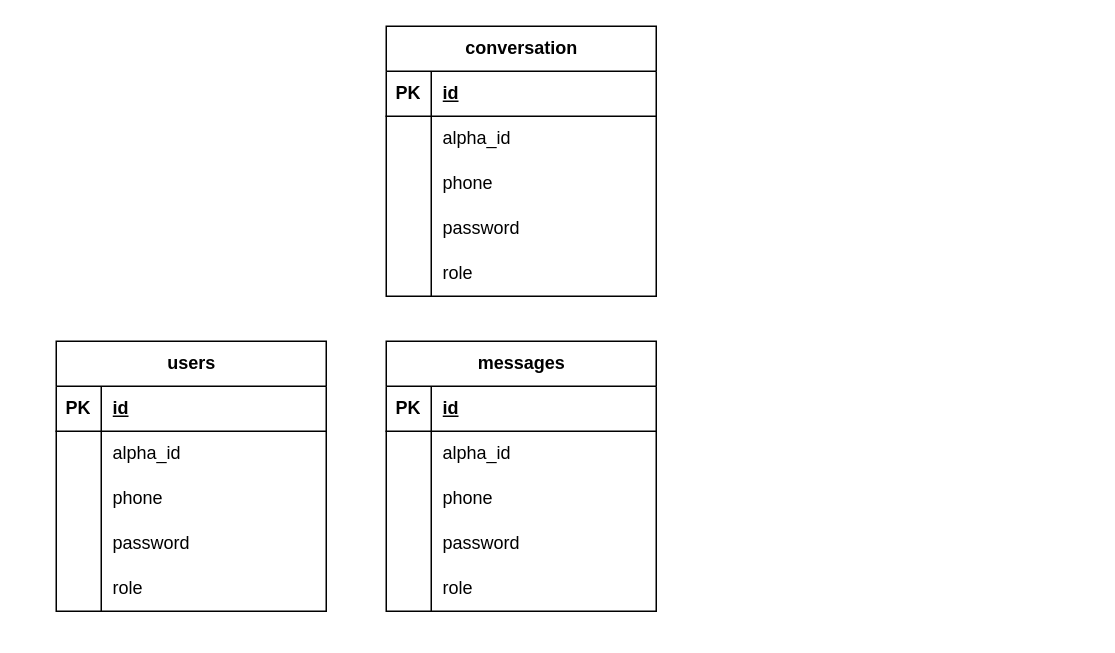
Earlier version of the draw.io diagram diagram.drawio (prok05/centriym-client). Source tidied: cells renumbered, new cells numbered last; positions are measured from the earlier drawing's top-left corner, leaving out a move shared by most shapes. Both pictures are drawn from the tidied source at 150%, with x=0, y=0 at pixel (56, 26).
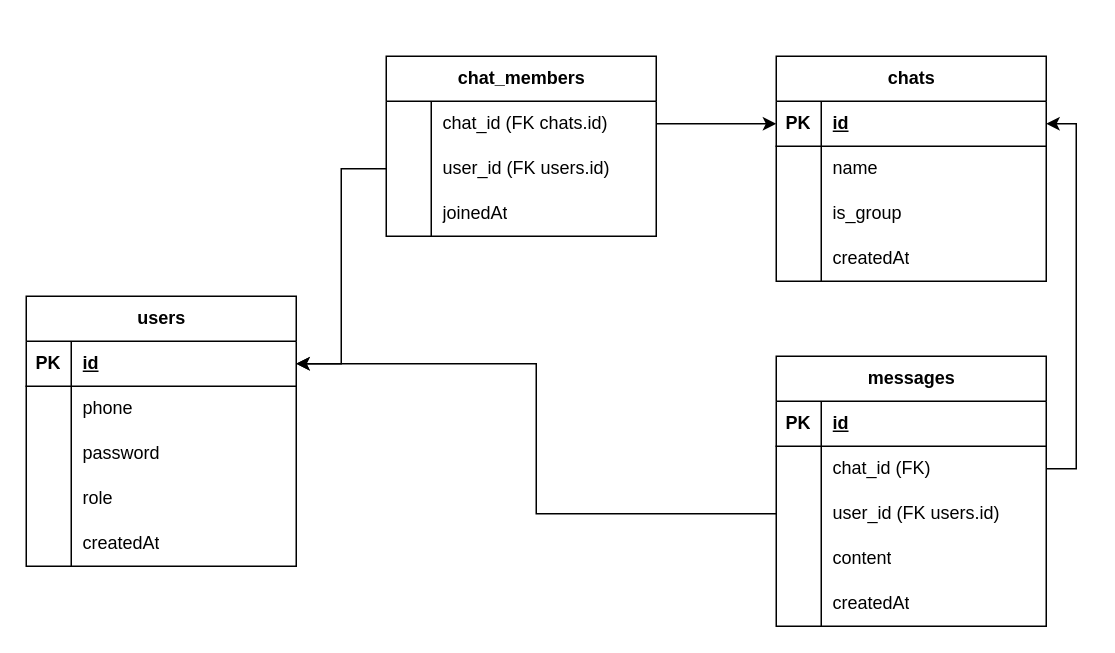
The same page after the edit.

Unchanged cells that the change refers to:
```xml
<mxCell id="3" style="shape=tableRow;horizontal=0;startSize=0;swimlaneHead=0;swimlaneBody=0;fillColor=none;points=[[0,0.5],[1,0.5]];portConstraint=eastwest;top=0;left=0;right=0;bottom=1;" parent="2" vertex="1">
  <mxGeometry y="30" width="180" height="30" as="geometry" />
</mxCell>
<mxCell id="22" style="shape=tableRow;horizontal=0;startSize=0;swimlaneHead=0;swimlaneBody=0;fillColor=none;points=[[0,0.5],[1,0.5]];portConstraint=eastwest;top=0;left=0;right=0;bottom=0;" parent="18" vertex="1">
  <mxGeometry y="60" width="180" height="30" as="geometry" />
</mxCell>
<mxCell id="25" style="shape=tableRow;horizontal=0;startSize=0;swimlaneHead=0;swimlaneBody=0;fillColor=none;points=[[0,0.5],[1,0.5]];portConstraint=eastwest;top=0;left=0;right=0;bottom=0;" parent="18" vertex="1">
  <mxGeometry y="90" width="180" height="30" as="geometry" />
</mxCell>
<mxCell id="28" style="shape=tableRow;horizontal=0;startSize=0;swimlaneHead=0;swimlaneBody=0;fillColor=none;top=0;left=0;right=0;bottom=0;" parent="18" vertex="1">
  <mxGeometry y="120" width="180" height="30" as="geometry" />
</mxCell>
<mxCell id="31" style="shape=tableRow;horizontal=0;startSize=0;swimlaneHead=0;swimlaneBody=0;fillColor=none;top=0;left=0;right=0;bottom=0;" parent="18" vertex="1">
  <mxGeometry y="150" width="180" height="30" as="geometry" />
</mxCell>
<mxCell id="35" style="shape=tableRow;horizontal=0;startSize=0;swimlaneHead=0;swimlaneBody=0;fillColor=none;points=[[0,0.5],[1,0.5]];portConstraint=eastwest;top=0;left=0;right=0;bottom=1;" parent="34" vertex="1">
  <mxGeometry y="30" width="180" height="30" as="geometry" />
</mxCell>
<mxCell id="38" style="shape=tableRow;horizontal=0;startSize=0;swimlaneHead=0;swimlaneBody=0;fillColor=none;top=0;left=0;right=0;bottom=0;" parent="34" vertex="1">
  <mxGeometry y="60" width="180" height="30" as="geometry" />
</mxCell>
<mxCell id="41" style="shape=tableRow;horizontal=0;startSize=0;swimlaneHead=0;swimlaneBody=0;fillColor=none;top=0;left=0;right=0;bottom=0;" parent="34" vertex="1">
  <mxGeometry y="90" width="180" height="30" as="geometry" />
</mxCell>
<mxCell id="44" style="shape=tableRow;horizontal=0;startSize=0;swimlaneHead=0;swimlaneBody=0;fillColor=none;top=0;left=0;right=0;bottom=0;" parent="34" vertex="1">
  <mxGeometry y="120" width="180" height="30" as="geometry" />
</mxCell>
```

What changed in the source:
```diff
@@
     <mxCell id="2" value="users" style="shape=table;startSize=30;childLayout=tableLayout;rowLines=0;fontStyle=1;align=center;html=1;" parent="1" vertex="1">
-      <mxGeometry y="210" width="180" height="180" as="geometry" />
+      <mxGeometry x="-20" y="180" width="180" height="180" as="geometry" />
     </mxCell>
@@
-    <mxCell id="6" style="shape=tableRow;horizontal=0;startSize=0;swimlaneHead=0;swimlaneBody=0;fillColor=none;points=[[0,0.5],[1,0.5]];portConstraint=eastwest;top=0;left=0;right=0;bottom=0;" parent="2" vertex="1">
-      <mxGeometry y="60" width="180" height="30" as="geometry" />
-    </mxCell>
-    <mxCell id="7" style="shape=partialRectangle;fillColor=none;top=0;left=0;bottom=0;right=0;overflow=hidden;whiteSpace=wrap;html=1;" parent="6" vertex="1">
-      <mxGeometry width="30" height="30" as="geometry" />
-    </mxCell>
-    <mxCell id="8" value="alpha_id" style="shape=partialRectangle;fillColor=none;top=0;left=0;bottom=0;right=0;align=left;spacingLeft=6;overflow=hidden;whiteSpace=wrap;html=1;" parent="6" vertex="1">
-      <mxGeometry x="30" width="150" height="30" as="geometry" />
-    </mxCell>
     <mxCell id="9" style="shape=tableRow;horizontal=0;startSize=0;swimlaneHead=0;swimlaneBody=0;fillColor=none;top=0;left=0;right=0;bottom=0;" parent="2" vertex="1">
-      <mxGeometry y="90" width="180" height="30" as="geometry" />
+      <mxGeometry y="60" width="180" height="30" as="geometry" />
     </mxCell>
@@
     <mxCell id="12" style="shape=tableRow;horizontal=0;startSize=0;swimlaneHead=0;swimlaneBody=0;fillColor=none;top=0;left=0;right=0;bottom=0;" parent="2" vertex="1">
-      <mxGeometry y="120" width="180" height="30" as="geometry" />
+      <mxGeometry y="90" width="180" height="30" as="geometry" />
     </mxCell>
@@
     <mxCell id="15" style="shape=tableRow;horizontal=0;startSize=0;swimlaneHead=0;swimlaneBody=0;fillColor=none;top=0;left=0;right=0;bottom=0;" parent="2" vertex="1">
-      <mxGeometry y="150" width="180" height="30" as="geometry" />
+      <mxGeometry y="120" width="180" height="30" as="geometry" />
     </mxCell>
@@
+    <mxCell id="47" style="shape=tableRow;horizontal=0;startSize=0;swimlaneHead=0;swimlaneBody=0;fillColor=none;top=0;left=0;right=0;bottom=0;" parent="2" vertex="1">
+      <mxGeometry y="150" width="180" height="30" as="geometry" />
+    </mxCell>
+    <mxCell id="50" style="shape=partialRectangle;fillColor=none;top=0;left=0;bottom=0;right=0;overflow=hidden;whiteSpace=wrap;html=1;" parent="47" vertex="1">
+      <mxGeometry width="30" height="30" as="geometry" />
+    </mxCell>
+    <mxCell id="51" value="createdAt" style="shape=partialRectangle;fillColor=none;top=0;left=0;bottom=0;right=0;align=left;spacingLeft=6;overflow=hidden;whiteSpace=wrap;html=1;" parent="47" vertex="1">
+      <mxGeometry x="30" width="150" height="30" as="geometry" />
+    </mxCell>
     <mxCell id="18" value="messages" style="shape=table;startSize=30;childLayout=tableLayout;rowLines=0;fontStyle=1;align=center;html=1;" parent="1" vertex="1">
-      <mxGeometry x="220" y="210" width="180" height="180" as="geometry" />
+      <mxGeometry x="480" y="220" width="180" height="180" as="geometry" />
     </mxCell>
@@
-    <mxCell id="24" value="alpha_id" style="shape=partialRectangle;fillColor=none;top=0;left=0;bottom=0;right=0;align=left;spacingLeft=6;overflow=hidden;whiteSpace=wrap;html=1;" parent="22" vertex="1">
+    <mxCell id="24" value="chat_id (FK)" style="shape=partialRectangle;fillColor=none;top=0;left=0;bottom=0;right=0;align=left;spacingLeft=6;overflow=hidden;whiteSpace=wrap;html=1;" parent="22" vertex="1">
       <mxGeometry x="30" width="150" height="30" as="geometry" />
     </mxCell>
@@
-    <mxCell id="27" value="phone" style="shape=partialRectangle;fillColor=none;top=0;left=0;bottom=0;right=0;align=left;spacingLeft=6;overflow=hidden;whiteSpace=wrap;html=1;" parent="25" vertex="1">
+    <mxCell id="27" value="user_id (FK users.id)" style="shape=partialRectangle;fillColor=none;top=0;left=0;bottom=0;right=0;align=left;spacingLeft=6;overflow=hidden;whiteSpace=wrap;html=1;" parent="25" vertex="1">
       <mxGeometry x="30" width="150" height="30" as="geometry" />
     </mxCell>
@@
-    <mxCell id="30" value="password" style="shape=partialRectangle;fillColor=none;top=0;left=0;bottom=0;right=0;align=left;spacingLeft=6;overflow=hidden;whiteSpace=wrap;html=1;" parent="28" vertex="1">
+    <mxCell id="30" value="content" style="shape=partialRectangle;fillColor=none;top=0;left=0;bottom=0;right=0;align=left;spacingLeft=6;overflow=hidden;whiteSpace=wrap;html=1;" parent="28" vertex="1">
       <mxGeometry x="30" width="150" height="30" as="geometry" />
     </mxCell>
@@
-    <mxCell id="33" value="role" style="shape=partialRectangle;fillColor=none;top=0;left=0;bottom=0;right=0;align=left;spacingLeft=6;overflow=hidden;whiteSpace=wrap;html=1;" parent="31" vertex="1">
+    <mxCell id="33" value="createdAt" style="shape=partialRectangle;fillColor=none;top=0;left=0;bottom=0;right=0;align=left;spacingLeft=6;overflow=hidden;whiteSpace=wrap;html=1;" parent="31" vertex="1">
       <mxGeometry x="30" width="150" height="30" as="geometry" />
     </mxCell>
-    <mxCell id="34" value="conversation" style="shape=table;startSize=30;childLayout=tableLayout;rowLines=0;fontStyle=1;align=center;html=1;" parent="1" vertex="1">
-      <mxGeometry x="220" width="180" height="180" as="geometry" />
+    <mxCell id="34" value="chats" style="shape=table;startSize=30;childLayout=tableLayout;rowLines=0;fontStyle=1;align=center;html=1;" parent="1" vertex="1">
+      <mxGeometry x="480" y="20" width="180" height="150" as="geometry" />
     </mxCell>
@@
-    <mxCell id="40" value="alpha_id" style="shape=partialRectangle;fillColor=none;top=0;left=0;bottom=0;right=0;align=left;spacingLeft=6;overflow=hidden;whiteSpace=wrap;html=1;" parent="38" vertex="1">
+    <mxCell id="40" value="name" style="shape=partialRectangle;fillColor=none;top=0;left=0;bottom=0;right=0;align=left;spacingLeft=6;overflow=hidden;whiteSpace=wrap;html=1;" parent="38" vertex="1">
       <mxGeometry x="30" width="150" height="30" as="geometry" />
     </mxCell>
@@
-    <mxCell id="43" value="phone" style="shape=partialRectangle;fillColor=none;top=0;left=0;bottom=0;right=0;align=left;spacingLeft=6;overflow=hidden;whiteSpace=wrap;html=1;" parent="41" vertex="1">
+    <mxCell id="43" value="is_group" style="shape=partialRectangle;fillColor=none;top=0;left=0;bottom=0;right=0;align=left;spacingLeft=6;overflow=hidden;whiteSpace=wrap;html=1;" parent="41" vertex="1">
       <mxGeometry x="30" width="150" height="30" as="geometry" />
     </mxCell>
@@
-    <mxCell id="46" value="password" style="shape=partialRectangle;fillColor=none;top=0;left=0;bottom=0;right=0;align=left;spacingLeft=6;overflow=hidden;whiteSpace=wrap;html=1;" parent="44" vertex="1">
+    <mxCell id="46" value="createdAt" style="shape=partialRectangle;fillColor=none;top=0;left=0;bottom=0;right=0;align=left;spacingLeft=6;overflow=hidden;whiteSpace=wrap;html=1;" parent="44" vertex="1">
       <mxGeometry x="30" width="150" height="30" as="geometry" />
     </mxCell>
-    <mxCell id="47" style="shape=tableRow;horizontal=0;startSize=0;swimlaneHead=0;swimlaneBody=0;fillColor=none;top=0;left=0;right=0;bottom=0;" parent="34" vertex="1">
-      <mxGeometry y="150" width="180" height="30" as="geometry" />
-    </mxCell>
-    <mxCell id="48" style="shape=partialRectangle;fillColor=none;top=0;left=0;bottom=0;right=0;overflow=hidden;whiteSpace=wrap;html=1;" parent="47" vertex="1">
-      <mxGeometry width="30" height="30" as="geometry" />
-    </mxCell>
-    <mxCell id="49" value="role" style="shape=partialRectangle;fillColor=none;top=0;left=0;bottom=0;right=0;align=left;spacingLeft=6;overflow=hidden;whiteSpace=wrap;html=1;" parent="47" vertex="1">
-      <mxGeometry x="30" width="150" height="30" as="geometry" />
-    </mxCell>
+    <mxCell id="52" value="chat_members" style="shape=table;startSize=30;childLayout=tableLayout;rowLines=0;fontStyle=1;align=center;html=1;" parent="1" vertex="1">
+      <mxGeometry x="220" y="20" width="180" height="120" as="geometry" />
+    </mxCell>
+    <mxCell id="53" style="shape=tableRow;horizontal=0;startSize=0;swimlaneHead=0;swimlaneBody=0;fillColor=none;points=[[0,0.5],[1,0.5]];portConstraint=eastwest;top=0;left=0;right=0;bottom=0;" parent="52" vertex="1">
+      <mxGeometry y="30" width="180" height="30" as="geometry" />
+    </mxCell>
+    <mxCell id="54" style="shape=partialRectangle;fillColor=none;top=0;left=0;bottom=0;right=0;overflow=hidden;whiteSpace=wrap;html=1;" parent="53" vertex="1">
+      <mxGeometry width="30" height="30" as="geometry" />
+    </mxCell>
+    <mxCell id="55" value="chat_id (FK chats.id)" style="shape=partialRectangle;fillColor=none;top=0;left=0;bottom=0;right=0;align=left;spacingLeft=6;overflow=hidden;whiteSpace=wrap;html=1;" parent="53" vertex="1">
+      <mxGeometry x="30" width="150" height="30" as="geometry" />
+    </mxCell>
+    <mxCell id="6" style="shape=tableRow;horizontal=0;startSize=0;swimlaneHead=0;swimlaneBody=0;fillColor=none;points=[[0,0.5],[1,0.5]];portConstraint=eastwest;top=0;left=0;right=0;bottom=0;" parent="52" vertex="1">
+      <mxGeometry y="60" width="180" height="30" as="geometry" />
+    </mxCell>
+    <mxCell id="56" style="shape=partialRectangle;fillColor=none;top=0;left=0;bottom=0;right=0;overflow=hidden;whiteSpace=wrap;html=1;" parent="6" vertex="1">
+      <mxGeometry width="30" height="30" as="geometry" />
+    </mxCell>
+    <mxCell id="57" value="user_id (FK users.id)" style="shape=partialRectangle;fillColor=none;top=0;left=0;bottom=0;right=0;align=left;spacingLeft=6;overflow=hidden;whiteSpace=wrap;html=1;" parent="6" vertex="1">
+      <mxGeometry x="30" width="150" height="30" as="geometry" />
+    </mxCell>
+    <mxCell id="58" style="shape=tableRow;horizontal=0;startSize=0;swimlaneHead=0;swimlaneBody=0;fillColor=none;top=0;left=0;right=0;bottom=0;" parent="52" vertex="1">
+      <mxGeometry y="90" width="180" height="30" as="geometry" />
+    </mxCell>
+    <mxCell id="59" style="shape=partialRectangle;fillColor=none;top=0;left=0;bottom=0;right=0;overflow=hidden;whiteSpace=wrap;html=1;" parent="58" vertex="1">
+      <mxGeometry width="30" height="30" as="geometry" />
+    </mxCell>
+    <mxCell id="60" value="joinedAt" style="shape=partialRectangle;fillColor=none;top=0;left=0;bottom=0;right=0;align=left;spacingLeft=6;overflow=hidden;whiteSpace=wrap;html=1;" parent="58" vertex="1">
+      <mxGeometry x="30" width="150" height="30" as="geometry" />
+    </mxCell>
+    <mxCell id="61" style="edgeStyle=orthogonalEdgeStyle;rounded=0;jettySize=auto;html=1;exitX=1;exitY=0.5;exitDx=0;exitDy=0;entryX=0;entryY=0.5;entryDx=0;entryDy=0;" parent="1" edge="1" source="53" target="35">
+      <mxGeometry relative="1" as="geometry" />
+    </mxCell>
+    <mxCell id="62" style="edgeStyle=orthogonalEdgeStyle;rounded=0;jettySize=auto;html=1;exitX=0;exitY=0.5;exitDx=0;exitDy=0;entryX=1;entryY=0.5;entryDx=0;entryDy=0;" parent="1" edge="1" source="6" target="3">
+      <mxGeometry relative="1" as="geometry" />
+    </mxCell>
+    <mxCell id="63" style="edgeStyle=orthogonalEdgeStyle;rounded=0;jettySize=auto;html=1;exitX=1;exitY=0.5;exitDx=0;exitDy=0;entryX=1;entryY=0.5;entryDx=0;entryDy=0;" parent="1" edge="1" source="22" target="35">
+      <mxGeometry relative="1" as="geometry" />
+    </mxCell>
+    <mxCell id="64" style="edgeStyle=orthogonalEdgeStyle;rounded=0;jettySize=auto;html=1;exitX=0;exitY=0.5;exitDx=0;exitDy=0;entryX=1;entryY=0.5;entryDx=0;entryDy=0;" parent="1" edge="1" source="25" target="3">
+      <mxGeometry relative="1" as="geometry" />
+    </mxCell>
```
